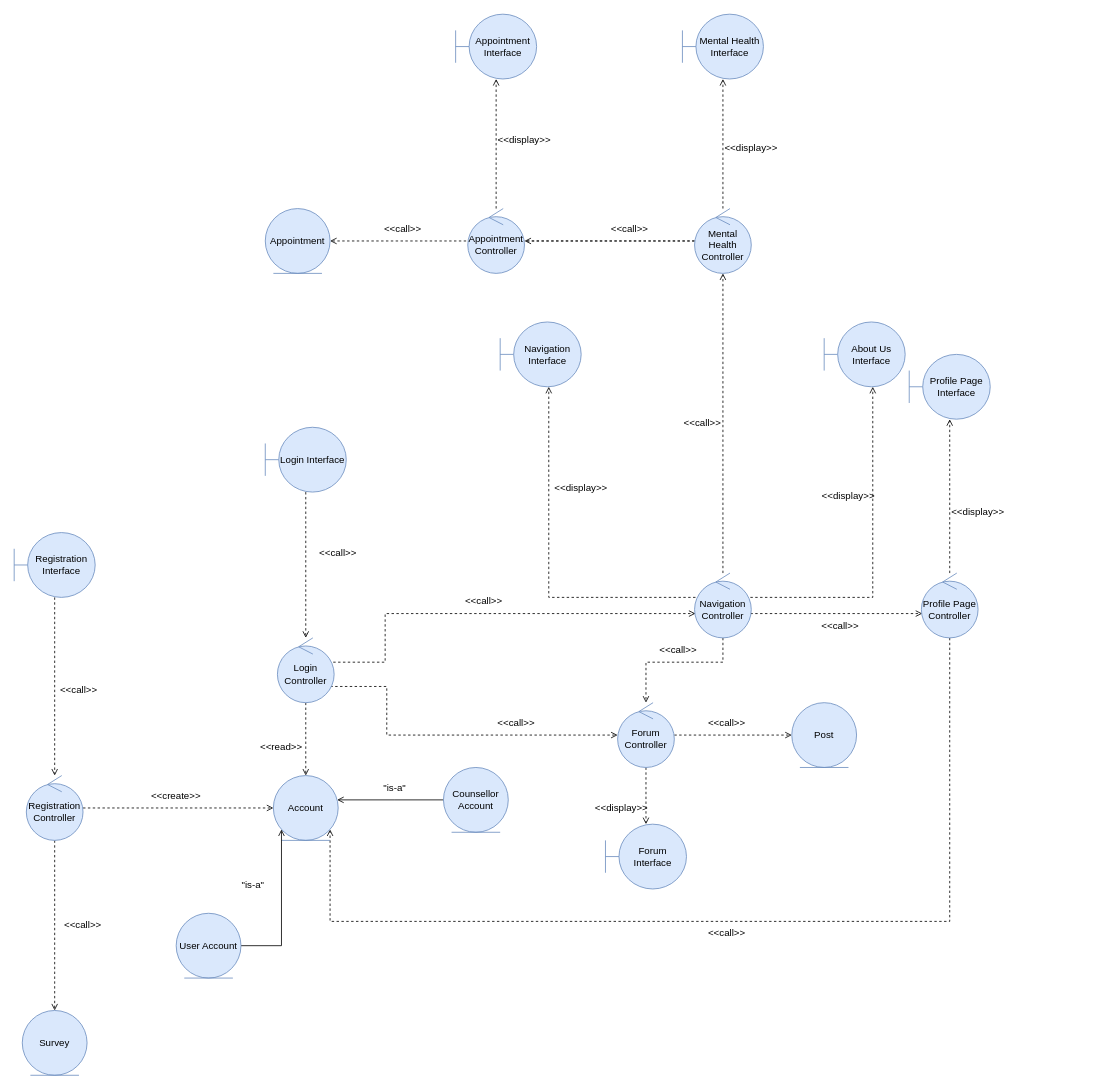
Before: page "Class Diagram" (3 of 5) of Untitled Diagram.drawio in EliezerOng/CZ2006-Web-Devz, a draw.io diagram. Source tidied: cells renumbered, new cells numbered last; positions are measured from the earlier drawing's top-left corner, leaving out a move shared by most shapes. Both pictures are drawn from the tidied source at 81%, with x=0, y=0 at pixel (14, 14).
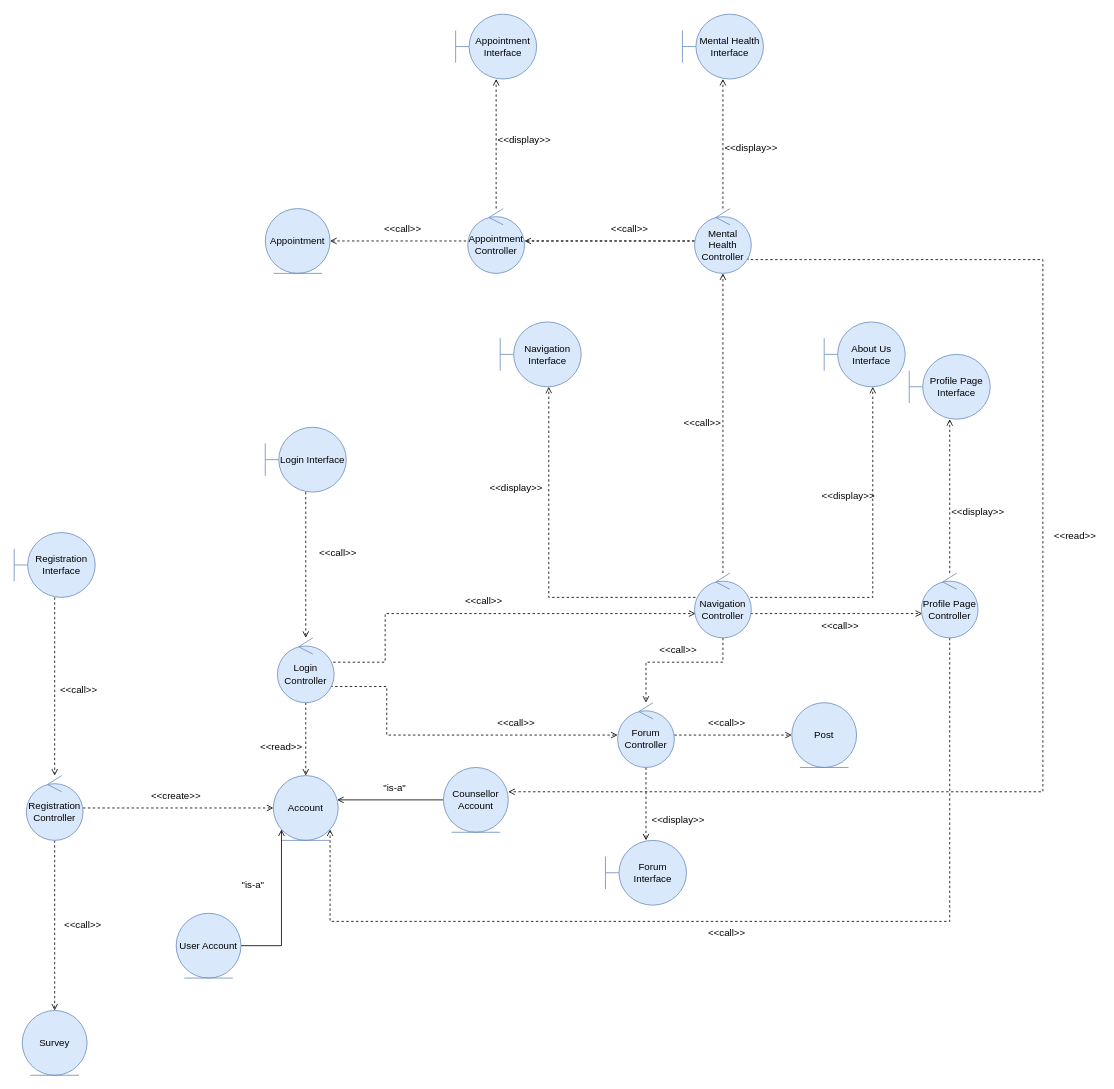
Above is the later version.

The change refers to these unchanged cells:
```xml
<mxCell id="54" value="Mental Health Controller" style="ellipse;shape=umlControl;whiteSpace=wrap;html=1;fillColor=#dae8fc;strokeColor=#6c8ebf;" parent="1" vertex="1">
  <mxGeometry x="840" y="240" width="70" height="80" as="geometry" />
</mxCell>
```

Diff of the diagram source:
```diff
@@
     <mxCell id="18" value="Forum Interface" style="shape=umlBoundary;whiteSpace=wrap;html=1;fillColor=#dae8fc;strokeColor=#6c8ebf;" parent="1" vertex="1">
-      <mxGeometry x="730" y="1000" width="100" height="80" as="geometry" />
+      <mxGeometry x="730" y="1020" width="100" height="80" as="geometry" />
     </mxCell>
@@
     <mxCell id="29" value="&amp;lt;&amp;lt;display&amp;gt;&amp;gt;" style="text;html=1;strokeColor=none;fillColor=none;align=center;verticalAlign=middle;whiteSpace=wrap;rounded=0;" parent="1" vertex="1">
-      <mxGeometry x="720" y="965" width="60" height="30" as="geometry" />
+      <mxGeometry x="790" y="980" width="60" height="30" as="geometry" />
     </mxCell>
@@
     <mxCell id="32" value="&amp;lt;&amp;lt;display&amp;gt;&amp;gt;" style="text;html=1;strokeColor=none;fillColor=none;align=center;verticalAlign=middle;whiteSpace=wrap;rounded=0;" parent="1" vertex="1">
-      <mxGeometry x="670" y="570" width="60" height="30" as="geometry" />
+      <mxGeometry x="590" y="570" width="60" height="30" as="geometry" />
     </mxCell>
@@
+    <mxCell id="67" style="edgeStyle=orthogonalEdgeStyle;rounded=0;jumpStyle=none;jettySize=auto;html=1;fontSize=16;fontColor=#000000;sourcePerimeterSpacing=50;targetPerimeterSpacing=3;dashed=1;endArrow=open;endFill=0;exitX=0.939;exitY=0.759;exitDx=0;exitDy=0;exitPerimeter=0;" parent="1" edge="1" source="54">
+      <mxGeometry relative="1" as="geometry">
+        <mxPoint x="610" y="960" as="targetPoint" />
+        <Array as="points">
+          <mxPoint x="906" y="303" />
+          <mxPoint x="1270" y="303" />
+          <mxPoint x="1270" y="960" />
+          <mxPoint x="610" y="960" />
+        </Array>
+      </mxGeometry>
+    </mxCell>
@@
+    <mxCell id="68" value="&amp;lt;&amp;lt;read&amp;gt;&amp;gt;" style="text;html=1;strokeColor=none;fillColor=none;align=center;verticalAlign=middle;whiteSpace=wrap;rounded=0;" parent="1" vertex="1">
+      <mxGeometry x="1280" y="630" width="60" height="30" as="geometry" />
+    </mxCell>
```
